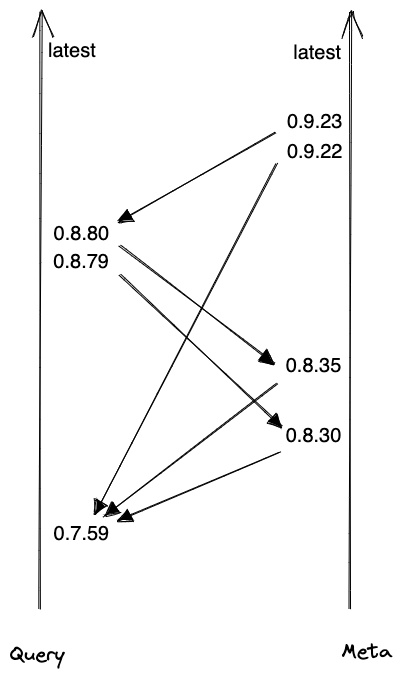
Before: docs/public/img/deploy/compatibility.excalidraw.png, a diagram exported from Excalidraw (databendlabs/databend). Source tidied: one line per element, renumbered; positions are measured from the earlier drawing's top-left corner, leaving out a move shared by most shapes. Source of this version:
```json
{"id": 0, "type": "arrow", "strokeColor": "#000000", "strokeWidth": 1, "roughness": 1, "endArrowhead": "arrow", "x": 31, "y": 597, "width": 0, "height": 597, "points": [[0, 0], [0, -597]]}
{"id": 1, "type": "arrow", "strokeColor": "#000000", "strokeWidth": 1, "roughness": 1, "endArrowhead": "arrow", "x": 341, "y": 597, "width": 0, "height": 597, "points": [[0, 0], [0, -597]]}
{"id": 2, "type": "text", "text": "Meta", "strokeColor": "#000000", "strokeWidth": 1, "roughness": 1, "fontSize": 20, "fontFamily": 1, "x": 332, "y": 628, "width": 53, "height": 25}
{"id": 3, "type": "text", "text": "Query", "strokeColor": "#000000", "strokeWidth": 1, "roughness": 1, "fontSize": 20, "fontFamily": 1, "x": 0, "y": 631, "width": 56, "height": 25}
{"id": 4, "type": "text", "text": "0.7.59", "strokeColor": "#000000", "strokeWidth": 1, "roughness": 1, "fontSize": 20, "fontFamily": 2, "x": 44, "y": 510, "width": 58, "height": 23}
{"id": 5, "type": "text", "text": "0.8.30", "strokeColor": "#000000", "strokeWidth": 1, "roughness": 1, "fontSize": 20, "fontFamily": 2, "x": 276, "y": 412, "width": 58, "height": 23}
{"id": 6, "type": "text", "text": "0.8.35", "strokeColor": "#000000", "strokeWidth": 1, "roughness": 1, "fontSize": 20, "fontFamily": 2, "x": 276, "y": 341, "width": 58, "height": 23}
{"id": 7, "type": "text", "text": "0.8.79", "strokeColor": "#000000", "strokeWidth": 1, "roughness": 1, "fontSize": 20, "fontFamily": 2, "x": 43, "y": 238, "width": 58, "height": 23}
{"id": 8, "type": "text", "text": "0.8.80", "strokeColor": "#000000", "strokeWidth": 1, "roughness": 1, "fontSize": 20, "fontFamily": 2, "x": 44, "y": 209, "width": 58, "height": 23}
{"id": 9, "type": "text", "text": "latest", "strokeColor": "#000000", "strokeWidth": 1, "roughness": 1, "fontSize": 20, "fontFamily": 2, "x": 283, "y": 28, "width": 50, "height": 23}
{"id": 10, "type": "text", "text": "latest", "strokeColor": "#000000", "strokeWidth": 1, "roughness": 1, "fontSize": 20, "fontFamily": 2, "x": 38, "y": 27, "width": 50, "height": 23}
{"id": 11, "type": "arrow", "strokeColor": "#000000", "strokeWidth": 1, "roughness": 1, "endArrowhead": "triangle", "from": 5, "to": 4, "x": 270, "y": 440, "width": 162, "height": 69, "points": [[0, 0], [-162, 69]]}
{"id": 12, "type": "arrow", "strokeColor": "#000000", "strokeWidth": 1, "roughness": 1, "endArrowhead": "triangle", "from": 7, "to": 5, "x": 110, "y": 264, "width": 162, "height": 151, "points": [[0, 0], [162, 151]]}
{"id": 13, "type": "arrow", "strokeColor": "#000000", "strokeWidth": 1, "roughness": 1, "endArrowhead": "triangle", "from": 17, "to": 8, "x": 265, "y": 121, "width": 156, "height": 89, "points": [[0, 0], [-156, 89]]}
{"id": 14, "type": "arrow", "strokeColor": "#000000", "strokeWidth": 1, "roughness": 1, "endArrowhead": "triangle", "from": 8, "to": 6, "x": 109, "y": 234, "width": 156, "height": 118, "points": [[0, 0], [156, 118]]}
{"id": 15, "type": "arrow", "strokeColor": "#000000", "strokeWidth": 1, "roughness": 1, "endArrowhead": "triangle", "from": 6, "to": 4, "x": 268, "y": 371, "width": 174, "height": 134, "points": [[0, 0], [-174, 134]]}
{"id": 16, "type": "text", "text": "0.9.23", "strokeColor": "#000000", "strokeWidth": 1, "roughness": 1, "fontSize": 20, "fontFamily": 2, "x": 277, "y": 98, "width": 58, "height": 23}
{"id": 17, "type": "text", "text": "0.9.22", "strokeColor": "#000000", "strokeWidth": 1, "roughness": 1, "fontSize": 20, "fontFamily": 2, "x": 277, "y": 128, "width": 58, "height": 23}
{"id": 18, "type": "arrow", "strokeColor": "#000000", "strokeWidth": 1, "roughness": 1, "endArrowhead": "triangle", "from": 17, "to": 4, "x": 267, "y": 152, "width": 181, "height": 350, "points": [[0, 0], [-181, 350]]}
```
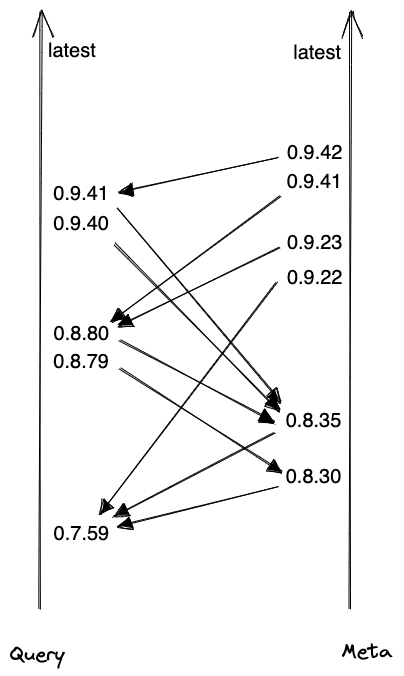
The same diagram one commit later.

Change to the diagram source:
```diff
@@ -3,17 +3,25 @@
 {"id": 2, "type": "text", "text": "Meta", "strokeColor": "#000000", "strokeWidth": 1, "roughness": 1, "fontSize": 20, "fontFamily": 1, "x": 332, "y": 628, "width": 53, "height": 25}
 {"id": 3, "type": "text", "text": "Query", "strokeColor": "#000000", "strokeWidth": 1, "roughness": 1, "fontSize": 20, "fontFamily": 1, "x": 0, "y": 631, "width": 56, "height": 25}
 {"id": 4, "type": "text", "text": "0.7.59", "strokeColor": "#000000", "strokeWidth": 1, "roughness": 1, "fontSize": 20, "fontFamily": 2, "x": 44, "y": 510, "width": 58, "height": 23}
-{"id": 5, "type": "text", "text": "0.8.30", "strokeColor": "#000000", "strokeWidth": 1, "roughness": 1, "fontSize": 20, "fontFamily": 2, "x": 276, "y": 412, "width": 58, "height": 23}
+{"id": 5, "type": "text", "text": "0.8.30", "strokeColor": "#000000", "strokeWidth": 1, "roughness": 1, "fontSize": 20, "fontFamily": 2, "x": 276, "y": 452, "width": 58, "height": 23}
-{"id": 6, "type": "text", "text": "0.8.35", "strokeColor": "#000000", "strokeWidth": 1, "roughness": 1, "fontSize": 20, "fontFamily": 2, "x": 276, "y": 341, "width": 58, "height": 23}
+{"id": 6, "type": "text", "text": "0.8.35", "strokeColor": "#000000", "strokeWidth": 1, "roughness": 1, "fontSize": 20, "fontFamily": 2, "x": 276, "y": 396, "width": 58, "height": 23}
-{"id": 7, "type": "text", "text": "0.8.79", "strokeColor": "#000000", "strokeWidth": 1, "roughness": 1, "fontSize": 20, "fontFamily": 2, "x": 43, "y": 238, "width": 58, "height": 23}
+{"id": 7, "type": "text", "text": "0.8.79", "strokeColor": "#000000", "strokeWidth": 1, "roughness": 1, "fontSize": 20, "fontFamily": 2, "x": 43, "y": 338, "width": 58, "height": 23}
-{"id": 8, "type": "text", "text": "0.8.80", "strokeColor": "#000000", "strokeWidth": 1, "roughness": 1, "fontSize": 20, "fontFamily": 2, "x": 44, "y": 209, "width": 58, "height": 23}
+{"id": 8, "type": "text", "text": "0.8.80", "strokeColor": "#000000", "strokeWidth": 1, "roughness": 1, "fontSize": 20, "fontFamily": 2, "x": 44, "y": 310, "width": 58, "height": 23}
+{"id": 19, "type": "text", "text": "0.9.41", "strokeColor": "#000000", "strokeWidth": 1, "roughness": 1, "fontSize": 20, "fontFamily": 2, "x": 43, "y": 170, "width": 58, "height": 23}
+{"id": 20, "type": "text", "text": "0.9.40", "strokeColor": "#000000", "strokeWidth": 1, "roughness": 1, "fontSize": 20, "fontFamily": 2, "x": 43, "y": 200, "width": 58, "height": 23}
 {"id": 9, "type": "text", "text": "latest", "strokeColor": "#000000", "strokeWidth": 1, "roughness": 1, "fontSize": 20, "fontFamily": 2, "x": 283, "y": 28, "width": 50, "height": 23}
 {"id": 10, "type": "text", "text": "latest", "strokeColor": "#000000", "strokeWidth": 1, "roughness": 1, "fontSize": 20, "fontFamily": 2, "x": 38, "y": 27, "width": 50, "height": 23}
-{"id": 11, "type": "arrow", "strokeColor": "#000000", "strokeWidth": 1, "roughness": 1, "endArrowhead": "triangle", "from": 5, "to": 4, "x": 270, "y": 440, "width": 162, "height": 69, "points": [[0, 0], [-162, 69]]}
+{"id": 11, "type": "arrow", "strokeColor": "#000000", "strokeWidth": 1, "roughness": 1, "endArrowhead": "triangle", "from": 5, "to": 4, "x": 268, "y": 475, "width": 160, "height": 40, "points": [[0, 0], [-160, 40]]}
-{"id": 12, "type": "arrow", "strokeColor": "#000000", "strokeWidth": 1, "roughness": 1, "endArrowhead": "triangle", "from": 7, "to": 5, "x": 110, "y": 264, "width": 162, "height": 151, "points": [[0, 0], [162, 151]]}
+{"id": 12, "type": "arrow", "strokeColor": "#000000", "strokeWidth": 1, "roughness": 1, "endArrowhead": "triangle", "from": 7, "to": 5, "x": 110, "y": 358, "width": 162, "height": 102, "points": [[0, 0], [162, 102]]}
-{"id": 13, "type": "arrow", "strokeColor": "#000000", "strokeWidth": 1, "roughness": 1, "endArrowhead": "triangle", "from": 17, "to": 8, "x": 265, "y": 121, "width": 156, "height": 89, "points": [[0, 0], [-156, 89]]}
+{"id": 13, "type": "arrow", "strokeColor": "#000000", "strokeWidth": 1, "roughness": 1, "endArrowhead": "triangle", "from": 16, "to": 8, "x": 269, "y": 236, "width": 160, "height": 79, "points": [[0, 0], [-160, 79]]}
-{"id": 14, "type": "arrow", "strokeColor": "#000000", "strokeWidth": 1, "roughness": 1, "endArrowhead": "triangle", "from": 8, "to": 6, "x": 109, "y": 234, "width": 156, "height": 118, "points": [[0, 0], [156, 118]]}
+{"id": 14, "type": "arrow", "strokeColor": "#000000", "strokeWidth": 1, "roughness": 1, "endArrowhead": "triangle", "from": 8, "to": 6, "x": 109, "y": 329, "width": 156, "height": 82, "points": [[0, 0], [156, 82]]}
-{"id": 15, "type": "arrow", "strokeColor": "#000000", "strokeWidth": 1, "roughness": 1, "endArrowhead": "triangle", "from": 6, "to": 4, "x": 268, "y": 371, "width": 174, "height": 134, "points": [[0, 0], [-174, 134]]}
+{"id": 15, "type": "arrow", "strokeColor": "#000000", "strokeWidth": 1, "roughness": 1, "endArrowhead": "triangle", "from": 6, "to": 4, "x": 265, "y": 421, "width": 162, "height": 85, "points": [[0, 0], [-162, 85]]}
-{"id": 16, "type": "text", "text": "0.9.23", "strokeColor": "#000000", "strokeWidth": 1, "roughness": 1, "fontSize": 20, "fontFamily": 2, "x": 277, "y": 98, "width": 58, "height": 23}
+{"id": 16, "type": "text", "text": "0.9.23", "strokeColor": "#000000", "strokeWidth": 1, "roughness": 1, "fontSize": 20, "fontFamily": 2, "x": 277, "y": 219, "width": 58, "height": 23}
+{"id": 21, "type": "text", "text": "0.9.41", "strokeColor": "#000000", "strokeWidth": 1, "roughness": 1, "fontSize": 20, "fontFamily": 2, "x": 277, "y": 158, "width": 58, "height": 23}
+{"id": 22, "type": "text", "text": "0.9.42", "strokeColor": "#000000", "strokeWidth": 1, "roughness": 1, "fontSize": 20, "fontFamily": 2, "x": 277, "y": 129, "width": 58, "height": 23}
-{"id": 17, "type": "text", "text": "0.9.22", "strokeColor": "#000000", "strokeWidth": 1, "roughness": 1, "fontSize": 20, "fontFamily": 2, "x": 277, "y": 128, "width": 58, "height": 23}
+{"id": 17, "type": "text", "text": "0.9.22", "strokeColor": "#000000", "strokeWidth": 1, "roughness": 1, "fontSize": 20, "fontFamily": 2, "x": 277, "y": 254, "width": 58, "height": 23}
-{"id": 18, "type": "arrow", "strokeColor": "#000000", "strokeWidth": 1, "roughness": 1, "endArrowhead": "triangle", "from": 17, "to": 4, "x": 267, "y": 152, "width": 181, "height": 350, "points": [[0, 0], [-181, 350]]}
+{"id": 18, "type": "arrow", "strokeColor": "#000000", "strokeWidth": 1, "roughness": 1, "endArrowhead": "triangle", "from": 17, "to": 4, "x": 267, "y": 271, "width": 176, "height": 231, "points": [[0, 0], [-176, 231]]}
+{"id": 23, "type": "arrow", "strokeColor": "#000000", "strokeWidth": 1, "roughness": 1, "endArrowhead": "triangle", "from": 19, "to": 6, "x": 108, "y": 198, "width": 164, "height": 193, "points": [[0, 0], [164, 193]]}
+{"id": 24, "type": "arrow", "strokeColor": "#000000", "strokeWidth": 1, "roughness": 1, "endArrowhead": "triangle", "from": 20, "to": 6, "x": 104, "y": 233, "width": 165, "height": 169, "points": [[0, 0], [165, 169]]}
+{"id": 25, "type": "arrow", "strokeColor": "#000000", "strokeWidth": 1, "roughness": 1, "endArrowhead": "triangle", "from": 22, "to": 19, "x": 268, "y": 146, "width": 159, "height": 36, "points": [[0, 0], [-159, 36]]}
+{"id": 26, "type": "arrow", "strokeColor": "#000000", "strokeWidth": 1, "roughness": 1, "endArrowhead": "triangle", "from": 21, "to": 8, "x": 271, "y": 184, "width": 168, "height": 126, "points": [[0, 0], [-168, 126]]}
```
